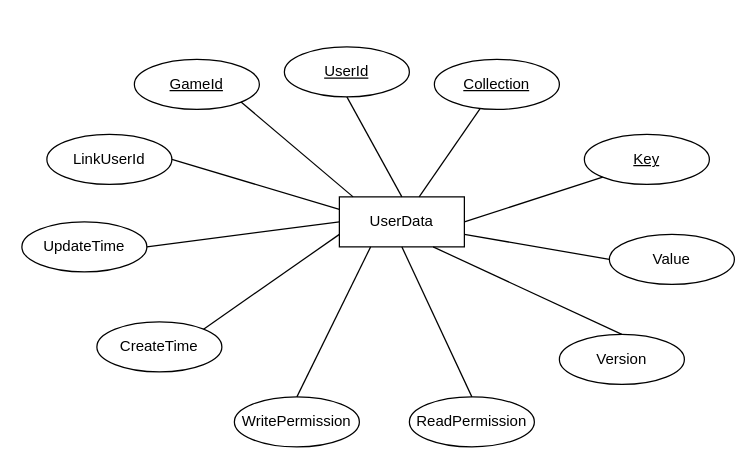
yaohuiwu/SimpleFS keeps this draw.io diagram as page "UserData" (1 of 2) of save_data.drawio. Above is the earlier version. Source tidied: cells renumbered, new cells numbered last; positions are measured from the earlier drawing's top-left corner, leaving out a move shared by most shapes. Both pictures are drawn from the tidied source at 125%, with x=0, y=0 at pixel (21, 46).
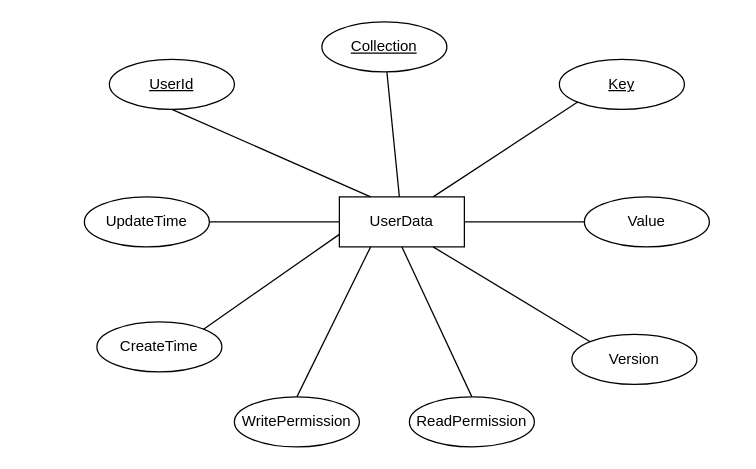
After the change.

Unchanged cells that the change refers to:
```xml
<mxCell id="2" value="UserData" style="whiteSpace=wrap;html=1;align=center;" parent="1" vertex="1">
  <mxGeometry x="254" y="120" width="100" height="40" as="geometry" />
</mxCell>
```

What changed in the source:
```diff
@@
     <mxCell id="3" value="UserId" style="ellipse;whiteSpace=wrap;html=1;align=center;fontStyle=4;" parent="1" vertex="1">
-      <mxGeometry x="210" width="100" height="40" as="geometry" />
+      <mxGeometry x="70" y="10" width="100" height="40" as="geometry" />
     </mxCell>
     <mxCell id="4" value="Collection" style="ellipse;whiteSpace=wrap;html=1;align=center;fontStyle=4;" parent="1" vertex="1">
-      <mxGeometry x="330" y="10" width="100" height="40" as="geometry" />
+      <mxGeometry x="240" y="-20" width="100" height="40" as="geometry" />
     </mxCell>
     <mxCell id="5" value="Key" style="ellipse;whiteSpace=wrap;html=1;align=center;fontStyle=4;" parent="1" vertex="1">
-      <mxGeometry x="450" y="70" width="100" height="40" as="geometry" />
+      <mxGeometry x="430" y="10" width="100" height="40" as="geometry" />
     </mxCell>
     <mxCell id="6" value="Value" style="ellipse;whiteSpace=wrap;html=1;align=center;" parent="1" vertex="1">
-      <mxGeometry x="470" y="150" width="100" height="40" as="geometry" />
+      <mxGeometry x="450" y="120" width="100" height="40" as="geometry" />
     </mxCell>
     <mxCell id="7" value="Version" style="ellipse;whiteSpace=wrap;html=1;align=center;" parent="1" vertex="1">
-      <mxGeometry x="430" y="230" width="100" height="40" as="geometry" />
+      <mxGeometry x="440" y="230" width="100" height="40" as="geometry" />
     </mxCell>
@@
-    <mxCell id="11" style="endArrow=none;html=1;rounded=0;exitX=0;exitY=1;exitDx=0;exitDy=0;entryX=1;entryY=0.5;entryDx=0;entryDy=0;" parent="1" edge="1" source="5" target="2">
+    <mxCell id="11" style="endArrow=none;html=1;rounded=0;exitX=0;exitY=1;exitDx=0;exitDy=0;entryX=0.75;entryY=0;entryDx=0;entryDy=0;" parent="1" edge="1" source="5" target="2">
       <mxGeometry relative="1" as="geometry" />
     </mxCell>
-    <mxCell id="12" style="endArrow=none;html=1;rounded=0;exitX=0.5;exitY=1;exitDx=0;exitDy=0;entryX=0.5;entryY=0;entryDx=0;entryDy=0;" parent="1" edge="1" source="3" target="2">
+    <mxCell id="12" style="endArrow=none;html=1;rounded=0;exitX=0.5;exitY=1;exitDx=0;exitDy=0;entryX=0.25;entryY=0;entryDx=0;entryDy=0;" parent="1" edge="1" source="3" target="2">
       <mxGeometry relative="1" as="geometry" />
     </mxCell>
-    <mxCell id="13" style="endArrow=none;html=1;rounded=0;exitX=0;exitY=0.5;exitDx=0;exitDy=0;entryX=1;entryY=0.75;entryDx=0;entryDy=0;" parent="1" edge="1" source="6" target="2">
+    <mxCell id="13" style="endArrow=none;html=1;rounded=0;exitX=0;exitY=0.5;exitDx=0;exitDy=0;entryX=1;entryY=0.5;entryDx=0;entryDy=0;" parent="1" edge="1" source="6" target="2">
       <mxGeometry relative="1" as="geometry" />
     </mxCell>
-    <mxCell id="14" style="endArrow=none;html=1;rounded=0;exitX=0.5;exitY=0;exitDx=0;exitDy=0;entryX=0.75;entryY=1;entryDx=0;entryDy=0;" parent="1" edge="1" source="7" target="2">
+    <mxCell id="14" style="endArrow=none;html=1;rounded=0;exitX=0;exitY=0;exitDx=0;exitDy=0;entryX=0.75;entryY=1;entryDx=0;entryDy=0;" parent="1" edge="1" source="7" target="2">
       <mxGeometry relative="1" as="geometry" />
     </mxCell>
@@
-    <mxCell id="17" value="GameId" style="ellipse;whiteSpace=wrap;html=1;align=center;fontStyle=4;" parent="1" vertex="1">
-      <mxGeometry x="90" y="10" width="100" height="40" as="geometry" />
-    </mxCell>
-    <mxCell id="18" style="endArrow=none;html=1;rounded=0;exitX=1;exitY=1;exitDx=0;exitDy=0;entryX=0.11;entryY=0;entryDx=0;entryDy=0;entryPerimeter=0;" parent="1" edge="1" source="17" target="2">
-      <mxGeometry relative="1" as="geometry" />
-    </mxCell>
-    <mxCell id="19" value="LinkUserId" style="ellipse;whiteSpace=wrap;html=1;align=center;" parent="1" vertex="1">
-      <mxGeometry x="20" y="70" width="100" height="40" as="geometry" />
-    </mxCell>
-    <mxCell id="20" style="endArrow=none;html=1;rounded=0;exitX=1;exitY=0.5;exitDx=0;exitDy=0;entryX=0;entryY=0.25;entryDx=0;entryDy=0;" parent="1" edge="1" source="19" target="2">
-      <mxGeometry relative="1" as="geometry" />
-    </mxCell>
@@
     <mxCell id="23" value="UpdateTime" style="ellipse;whiteSpace=wrap;html=1;align=center;" parent="1" vertex="1">
-      <mxGeometry y="140" width="100" height="40" as="geometry" />
+      <mxGeometry x="50" y="120" width="100" height="40" as="geometry" />
     </mxCell>
```
